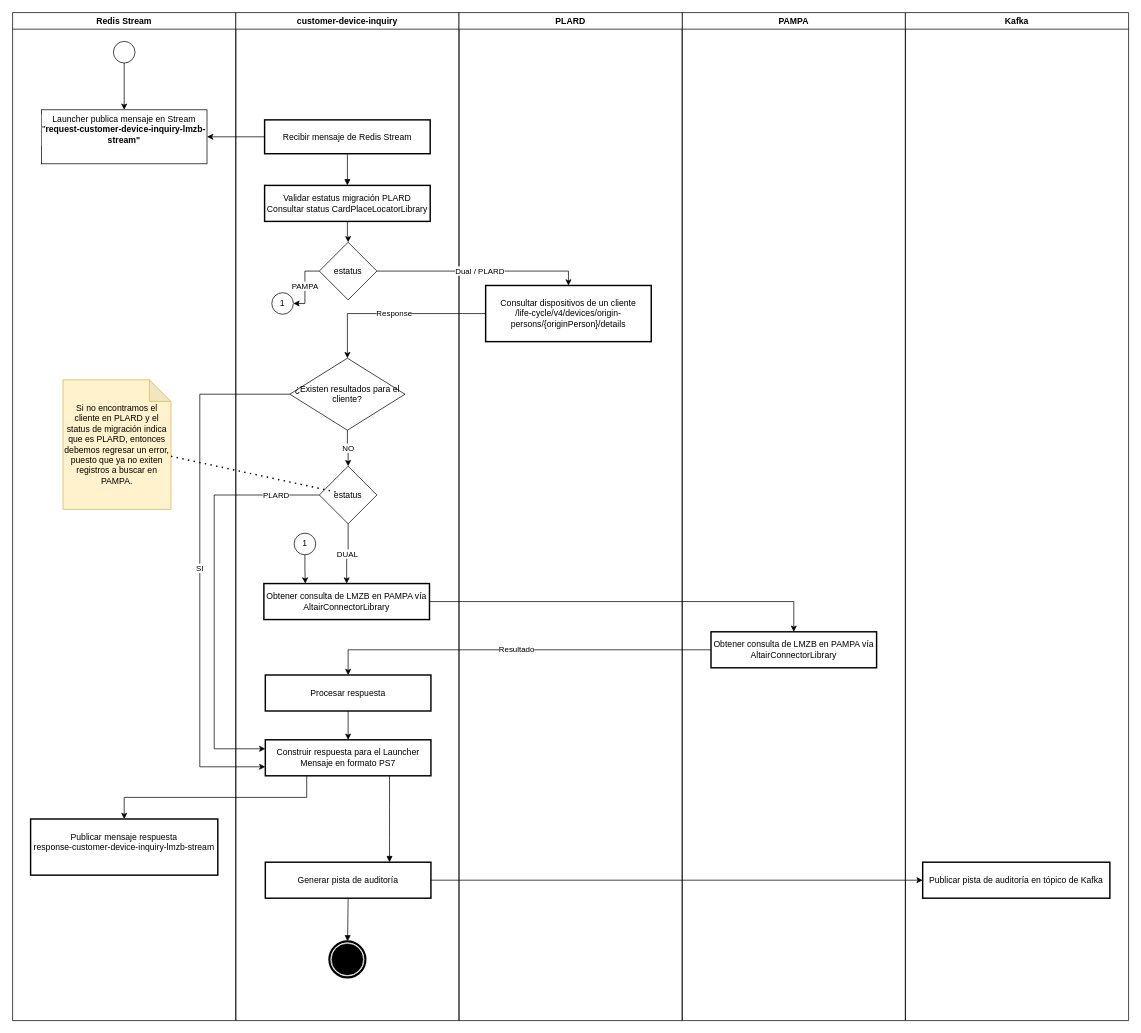
Earlier version of the draw.io diagram page "Flujo LMZB MQ" (4 of 6) of UML M7 73 SD_PLARD_customer-device-inquiryv1.0.drawio (chisvmen/BA_projects). Source tidied: cells renumbered, new cells numbered last; positions are measured from the earlier drawing's top-left corner, leaving out a move shared by most shapes. Both pictures are drawn from the tidied source at 72%, with x=0, y=0 at pixel (12, 12).
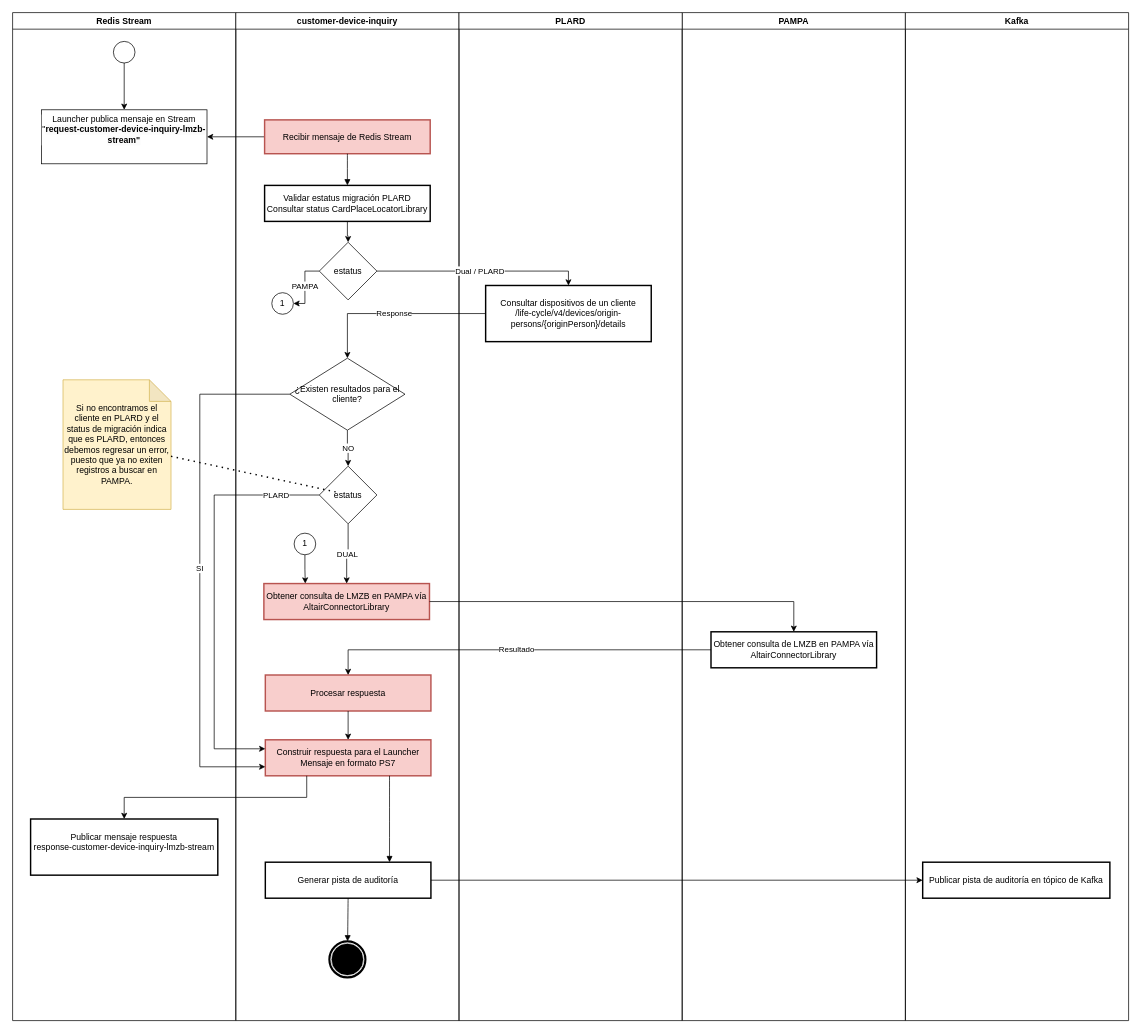
Above is the later version.

Unchanged cells that the change refers to:
```xml
<mxCell id="10" value="customer-device-inquiry" style="swimlane;whiteSpace=wrap;html=1;" parent="1" vertex="1">
  <mxGeometry x="310" width="310" height="1400" as="geometry" />
</mxCell>
```

Diff of the diagram source:
```diff
@@
-    <mxCell id="11" value="Recibir mensaje de Redis Stream" style="whiteSpace=wrap;strokeWidth=2;" parent="10" vertex="1">
+    <mxCell id="11" value="Recibir mensaje de Redis Stream" style="whiteSpace=wrap;strokeWidth=2;fillColor=#f8cecc;strokeColor=#b85450;" parent="10" vertex="1">
       <mxGeometry x="40" y="149" width="230" height="47" as="geometry" />
     </mxCell>
@@
-    <mxCell id="17" value="Obtener consulta de LMZB en PAMPA vía AltairConnectorLibrary" style="whiteSpace=wrap;strokeWidth=2;" parent="10" vertex="1">
+    <mxCell id="17" value="Obtener consulta de LMZB en PAMPA vía AltairConnectorLibrary" style="whiteSpace=wrap;strokeWidth=2;fillColor=#f8cecc;strokeColor=#b85450;" parent="10" vertex="1">
       <mxGeometry x="39" y="793" width="230" height="50" as="geometry" />
     </mxCell>
-    <mxCell id="18" value="Procesar respuesta" style="whiteSpace=wrap;strokeWidth=2;" parent="10" vertex="1">
+    <mxCell id="18" value="Procesar respuesta" style="whiteSpace=wrap;strokeWidth=2;fillColor=#f8cecc;strokeColor=#b85450;" parent="10" vertex="1">
       <mxGeometry x="41" y="920" width="230" height="50" as="geometry" />
     </mxCell>
-    <mxCell id="19" value="Construir respuesta para el Launcher&#10;Mensaje en formato PS7" style="whiteSpace=wrap;strokeWidth=2;" parent="10" vertex="1">
+    <mxCell id="19" value="Construir respuesta para el Launcher&#10;Mensaje en formato PS7" style="whiteSpace=wrap;strokeWidth=2;fillColor=#f8cecc;strokeColor=#b85450;" parent="10" vertex="1">
       <mxGeometry x="41" y="1010" width="230" height="50" as="geometry" />
     </mxCell>
```
